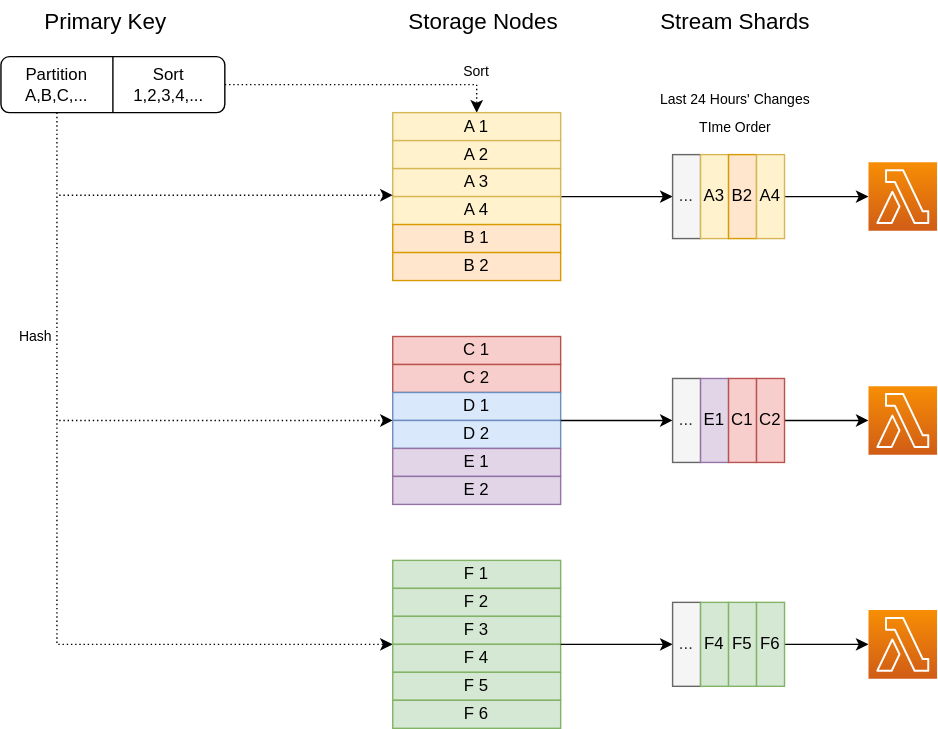
Earlier version of the draw.io export assets/images/dynamodb-store-nodes-stream-shards.svg (TheCandidStartup/TheCandidStartup.github.io). Source tidied: cells renumbered, new cells last; positions are measured from the earlier drawing's top-left corner, leaving out a move shared by most shapes. Its diagram source:
```xml
<mxGraphModel>
  <root>
    <mxCell id="0" />
    <mxCell id="1" parent="0" />
    <mxCell id="2" style="edgeStyle=orthogonalEdgeStyle;rounded=0;jettySize=auto;html=1;exitX=1;exitY=0.5;exitDx=0;exitDy=0;entryX=0.5;entryY=0;entryDx=0;entryDy=0;dashed=1;dashPattern=1 2;" parent="1" edge="1" source="4" target="8">
      <mxGeometry relative="1" as="geometry" />
    </mxCell>
    <mxCell id="3" style="edgeStyle=orthogonalEdgeStyle;rounded=0;jettySize=auto;html=1;exitX=0.25;exitY=1;exitDx=0;exitDy=0;entryX=0;entryY=0;entryDx=0;entryDy=0;dashed=1;dashPattern=1 2;" parent="1" edge="1" source="4" target="25">
      <mxGeometry relative="1" as="geometry">
        <Array as="points">
          <mxPoint x="40" y="460" />
        </Array>
      </mxGeometry>
    </mxCell>
    <mxCell id="4" style="rounded=1;whiteSpace=wrap;html=1;" parent="1" vertex="1">
      <mxGeometry y="40" width="160" height="40" as="geometry" />
    </mxCell>
    <mxCell id="5" style="endArrow=none;html=1;rounded=0;exitX=0.5;exitY=1;exitDx=0;exitDy=0;" parent="1" edge="1" source="4">
      <mxGeometry relative="1" as="geometry">
        <mxPoint x="80" y="40" as="targetPoint" />
      </mxGeometry>
    </mxCell>
    <mxCell id="6" value="Partition&lt;br&gt;A,B,C,..." style="text;html=1;align=center;verticalAlign=middle;whiteSpace=wrap;rounded=0;" parent="1" vertex="1">
      <mxGeometry x="10" y="45" width="60" height="30" as="geometry" />
    </mxCell>
    <mxCell id="7" value="Sort&lt;br&gt;1,2,3,4,..." style="text;html=1;align=center;verticalAlign=middle;whiteSpace=wrap;rounded=0;" parent="1" vertex="1">
      <mxGeometry x="90" y="45" width="60" height="30" as="geometry" />
    </mxCell>
    <mxCell id="8" value="A 1" style="rounded=0;whiteSpace=wrap;html=1;fillColor=#fff2cc;strokeColor=#d6b656;" parent="1" vertex="1">
      <mxGeometry x="280" y="80" width="120" height="20" as="geometry" />
    </mxCell>
    <mxCell id="9" value="A 2" style="rounded=0;whiteSpace=wrap;html=1;fillColor=#fff2cc;strokeColor=#d6b656;" parent="1" vertex="1">
      <mxGeometry x="280" y="100" width="120" height="20" as="geometry" />
    </mxCell>
    <mxCell id="10" style="edgeStyle=orthogonalEdgeStyle;rounded=0;jettySize=auto;html=1;exitX=1;exitY=0;exitDx=0;exitDy=0;entryX=0;entryY=0.5;entryDx=0;entryDy=0;" parent="1" edge="1" source="12" target="28">
      <mxGeometry relative="1" as="geometry">
        <Array as="points">
          <mxPoint x="420" y="140" />
          <mxPoint x="420" y="140" />
        </Array>
      </mxGeometry>
    </mxCell>
    <mxCell id="11" value="A 3" style="rounded=0;whiteSpace=wrap;html=1;fillColor=#fff2cc;strokeColor=#d6b656;" parent="1" vertex="1">
      <mxGeometry x="280" y="120" width="120" height="20" as="geometry" />
    </mxCell>
    <mxCell id="12" value="A 4" style="rounded=0;whiteSpace=wrap;html=1;fillColor=#fff2cc;strokeColor=#d6b656;" parent="1" vertex="1">
      <mxGeometry x="280" y="140" width="120" height="20" as="geometry" />
    </mxCell>
    <mxCell id="13" value="B 1" style="rounded=0;whiteSpace=wrap;html=1;fillColor=#ffe6cc;strokeColor=#d79b00;" parent="1" vertex="1">
      <mxGeometry x="280" y="160" width="120" height="20" as="geometry" />
    </mxCell>
    <mxCell id="14" value="B 2" style="rounded=0;whiteSpace=wrap;html=1;fillColor=#ffe6cc;strokeColor=#d79b00;" parent="1" vertex="1">
      <mxGeometry x="280" y="180" width="120" height="20" as="geometry" />
    </mxCell>
    <mxCell id="15" value="C 1" style="rounded=0;whiteSpace=wrap;html=1;fillColor=#f8cecc;strokeColor=#b85450;" parent="1" vertex="1">
      <mxGeometry x="280" y="240" width="120" height="20" as="geometry" />
    </mxCell>
    <mxCell id="16" value="C 2" style="rounded=0;whiteSpace=wrap;html=1;fillColor=#f8cecc;strokeColor=#b85450;" parent="1" vertex="1">
      <mxGeometry x="280" y="260" width="120" height="20" as="geometry" />
    </mxCell>
    <mxCell id="17" value="D 1" style="rounded=0;whiteSpace=wrap;html=1;fillColor=#dae8fc;strokeColor=#6c8ebf;" parent="1" vertex="1">
      <mxGeometry x="280" y="280" width="120" height="20" as="geometry" />
    </mxCell>
    <mxCell id="18" style="rounded=0;jettySize=auto;html=1;exitX=0;exitY=0;exitDx=0;exitDy=0;strokeColor=default;startArrow=classic;startFill=1;endArrow=none;endFill=0;dashed=1;dashPattern=1 2;" parent="1" edge="1" source="19">
      <mxGeometry relative="1" as="geometry">
        <mxPoint x="40" y="300" as="targetPoint" />
      </mxGeometry>
    </mxCell>
    <mxCell id="19" value="D 2" style="rounded=0;whiteSpace=wrap;html=1;fillColor=#dae8fc;strokeColor=#6c8ebf;" parent="1" vertex="1">
      <mxGeometry x="280" y="300" width="120" height="20" as="geometry" />
    </mxCell>
    <mxCell id="20" value="E 1" style="rounded=0;whiteSpace=wrap;html=1;fillColor=#e1d5e7;strokeColor=#9673a6;" parent="1" vertex="1">
      <mxGeometry x="280" y="320" width="120" height="20" as="geometry" />
    </mxCell>
    <mxCell id="21" value="E 2" style="rounded=0;whiteSpace=wrap;html=1;fillColor=#e1d5e7;strokeColor=#9673a6;" parent="1" vertex="1">
      <mxGeometry x="280" y="340" width="120" height="20" as="geometry" />
    </mxCell>
    <mxCell id="22" value="F 1" style="rounded=0;whiteSpace=wrap;html=1;fillColor=#d5e8d4;strokeColor=#82b366;" parent="1" vertex="1">
      <mxGeometry x="280" y="400" width="120" height="20" as="geometry" />
    </mxCell>
    <mxCell id="23" value="F 2" style="rounded=0;whiteSpace=wrap;html=1;fillColor=#d5e8d4;strokeColor=#82b366;" parent="1" vertex="1">
      <mxGeometry x="280" y="420" width="120" height="20" as="geometry" />
    </mxCell>
    <mxCell id="24" value="F 3" style="rounded=0;whiteSpace=wrap;html=1;fillColor=#d5e8d4;strokeColor=#82b366;" parent="1" vertex="1">
      <mxGeometry x="280" y="440" width="120" height="20" as="geometry" />
    </mxCell>
    <mxCell id="25" value="F 4" style="rounded=0;whiteSpace=wrap;html=1;fillColor=#d5e8d4;strokeColor=#82b366;" parent="1" vertex="1">
      <mxGeometry x="280" y="460" width="120" height="20" as="geometry" />
    </mxCell>
    <mxCell id="26" value="F 5" style="rounded=0;whiteSpace=wrap;html=1;fillColor=#d5e8d4;strokeColor=#82b366;" parent="1" vertex="1">
      <mxGeometry x="280" y="480" width="120" height="20" as="geometry" />
    </mxCell>
    <mxCell id="27" value="F 6" style="rounded=0;whiteSpace=wrap;html=1;fillColor=#d5e8d4;strokeColor=#82b366;" parent="1" vertex="1">
      <mxGeometry x="280" y="500" width="120" height="20" as="geometry" />
    </mxCell>
    <mxCell id="28" value="..." style="rounded=0;whiteSpace=wrap;html=1;fillColor=#f5f5f5;fontColor=#333333;strokeColor=#666666;" parent="1" vertex="1">
      <mxGeometry x="480" y="110" width="20" height="60" as="geometry" />
    </mxCell>
    <mxCell id="29" value="A3" style="rounded=0;whiteSpace=wrap;html=1;fillColor=#fff2cc;strokeColor=#d6b656;" parent="1" vertex="1">
      <mxGeometry x="500" y="110" width="20" height="60" as="geometry" />
    </mxCell>
    <mxCell id="30" value="B2" style="rounded=0;whiteSpace=wrap;html=1;fillColor=#ffe6cc;strokeColor=#d79b00;" parent="1" vertex="1">
      <mxGeometry x="520" y="110" width="20" height="60" as="geometry" />
    </mxCell>
    <mxCell id="31" style="edgeStyle=orthogonalEdgeStyle;rounded=0;jettySize=auto;html=1;exitX=1;exitY=0.5;exitDx=0;exitDy=0;entryX=0;entryY=0.5;entryDx=0;entryDy=0;entryPerimeter=0;" parent="1" edge="1" source="32" target="33">
      <mxGeometry relative="1" as="geometry" />
    </mxCell>
    <mxCell id="32" value="A4" style="rounded=0;whiteSpace=wrap;html=1;fillColor=#fff2cc;strokeColor=#d6b656;" parent="1" vertex="1">
      <mxGeometry x="540" y="110" width="20" height="60" as="geometry" />
    </mxCell>
    <mxCell id="33" style="sketch=0;points=[[0,0,0],[0.25,0,0],[0.5,0,0],[0.75,0,0],[1,0,0],[0,1,0],[0.25,1,0],[0.5,1,0],[0.75,1,0],[1,1,0],[0,0.25,0],[0,0.5,0],[0,0.75,0],[1,0.25,0],[1,0.5,0],[1,0.75,0]];outlineConnect=0;fontColor=#232F3E;gradientColor=#F78E04;gradientDirection=north;fillColor=#D05C17;strokeColor=#ffffff;dashed=0;verticalLabelPosition=bottom;verticalAlign=top;align=center;html=1;fontSize=12;fontStyle=0;shape=mxgraph.aws4.resourceIcon;resIcon=mxgraph.aws4.lambda;" parent="1" vertex="1">
      <mxGeometry x="620" y="115.5" width="49" height="49" as="geometry" />
    </mxCell>
    <mxCell id="34" style="edgeStyle=orthogonalEdgeStyle;rounded=0;jettySize=auto;html=1;exitX=1;exitY=0;exitDx=0;exitDy=0;entryX=0;entryY=0.5;entryDx=0;entryDy=0;" parent="1" edge="1" target="35">
      <mxGeometry relative="1" as="geometry">
        <mxPoint x="400" y="300" as="sourcePoint" />
        <Array as="points">
          <mxPoint x="420" y="300" />
          <mxPoint x="420" y="300" />
        </Array>
      </mxGeometry>
    </mxCell>
    <mxCell id="35" value="..." style="rounded=0;whiteSpace=wrap;html=1;fillColor=#f5f5f5;fontColor=#333333;strokeColor=#666666;" parent="1" vertex="1">
      <mxGeometry x="480" y="270" width="20" height="60" as="geometry" />
    </mxCell>
    <mxCell id="36" value="E1" style="rounded=0;whiteSpace=wrap;html=1;fillColor=#e1d5e7;strokeColor=#9673a6;" parent="1" vertex="1">
      <mxGeometry x="500" y="270" width="20" height="60" as="geometry" />
    </mxCell>
    <mxCell id="37" value="C1" style="rounded=0;whiteSpace=wrap;html=1;fillColor=#f8cecc;strokeColor=#b85450;" parent="1" vertex="1">
      <mxGeometry x="520" y="270" width="20" height="60" as="geometry" />
    </mxCell>
    <mxCell id="38" style="edgeStyle=orthogonalEdgeStyle;rounded=0;jettySize=auto;html=1;exitX=1;exitY=0.5;exitDx=0;exitDy=0;entryX=0;entryY=0.5;entryDx=0;entryDy=0;entryPerimeter=0;" parent="1" edge="1" source="39" target="40">
      <mxGeometry relative="1" as="geometry" />
    </mxCell>
    <mxCell id="39" value="C2" style="rounded=0;whiteSpace=wrap;html=1;fillColor=#f8cecc;strokeColor=#b85450;" parent="1" vertex="1">
      <mxGeometry x="540" y="270" width="20" height="60" as="geometry" />
    </mxCell>
    <mxCell id="40" style="sketch=0;points=[[0,0,0],[0.25,0,0],[0.5,0,0],[0.75,0,0],[1,0,0],[0,1,0],[0.25,1,0],[0.5,1,0],[0.75,1,0],[1,1,0],[0,0.25,0],[0,0.5,0],[0,0.75,0],[1,0.25,0],[1,0.5,0],[1,0.75,0]];outlineConnect=0;fontColor=#232F3E;gradientColor=#F78E04;gradientDirection=north;fillColor=#D05C17;strokeColor=#ffffff;dashed=0;verticalLabelPosition=bottom;verticalAlign=top;align=center;html=1;fontSize=12;fontStyle=0;shape=mxgraph.aws4.resourceIcon;resIcon=mxgraph.aws4.lambda;" parent="1" vertex="1">
      <mxGeometry x="620" y="275.5" width="49" height="49" as="geometry" />
    </mxCell>
    <mxCell id="41" style="edgeStyle=orthogonalEdgeStyle;rounded=0;jettySize=auto;html=1;exitX=1;exitY=0;exitDx=0;exitDy=0;entryX=0;entryY=0.5;entryDx=0;entryDy=0;" parent="1" edge="1" target="42">
      <mxGeometry relative="1" as="geometry">
        <mxPoint x="400" y="460" as="sourcePoint" />
        <Array as="points">
          <mxPoint x="420" y="460" />
          <mxPoint x="420" y="460" />
        </Array>
      </mxGeometry>
    </mxCell>
    <mxCell id="42" value="..." style="rounded=0;whiteSpace=wrap;html=1;fillColor=#f5f5f5;fontColor=#333333;strokeColor=#666666;" parent="1" vertex="1">
      <mxGeometry x="480" y="430" width="20" height="60" as="geometry" />
    </mxCell>
    <mxCell id="43" value="F4" style="rounded=0;whiteSpace=wrap;html=1;fillColor=#d5e8d4;strokeColor=#82b366;" parent="1" vertex="1">
      <mxGeometry x="500" y="430" width="20" height="60" as="geometry" />
    </mxCell>
    <mxCell id="44" value="F5" style="rounded=0;whiteSpace=wrap;html=1;fillColor=#d5e8d4;strokeColor=#82b366;" parent="1" vertex="1">
      <mxGeometry x="520" y="430" width="20" height="60" as="geometry" />
    </mxCell>
    <mxCell id="45" style="edgeStyle=orthogonalEdgeStyle;rounded=0;jettySize=auto;html=1;exitX=1;exitY=0.5;exitDx=0;exitDy=0;entryX=0;entryY=0.5;entryDx=0;entryDy=0;entryPerimeter=0;" parent="1" edge="1" source="46" target="47">
      <mxGeometry relative="1" as="geometry" />
    </mxCell>
    <mxCell id="46" value="F6" style="rounded=0;whiteSpace=wrap;html=1;fillColor=#d5e8d4;strokeColor=#82b366;" parent="1" vertex="1">
      <mxGeometry x="540" y="430" width="20" height="60" as="geometry" />
    </mxCell>
    <mxCell id="47" style="sketch=0;points=[[0,0,0],[0.25,0,0],[0.5,0,0],[0.75,0,0],[1,0,0],[0,1,0],[0.25,1,0],[0.5,1,0],[0.75,1,0],[1,1,0],[0,0.25,0],[0,0.5,0],[0,0.75,0],[1,0.25,0],[1,0.5,0],[1,0.75,0]];outlineConnect=0;fontColor=#232F3E;gradientColor=#F78E04;gradientDirection=north;fillColor=#D05C17;strokeColor=#ffffff;dashed=0;verticalLabelPosition=bottom;verticalAlign=top;align=center;html=1;fontSize=12;fontStyle=0;shape=mxgraph.aws4.resourceIcon;resIcon=mxgraph.aws4.lambda;" parent="1" vertex="1">
      <mxGeometry x="620" y="435.5" width="49" height="49" as="geometry" />
    </mxCell>
    <mxCell id="48" style="rounded=0;orthogonalLoop=1;jettySize=auto;html=1;exitX=0;exitY=0;exitDx=0;exitDy=0;strokeColor=default;startArrow=classic;startFill=1;endArrow=none;endFill=0;dashed=1;dashPattern=1 2;" parent="1" edge="1">
      <mxGeometry relative="1" as="geometry">
        <mxPoint x="280" y="139" as="sourcePoint" />
        <mxPoint x="40" y="139" as="targetPoint" />
      </mxGeometry>
    </mxCell>
    <mxCell id="49" value="Primary Key" style="text;html=1;strokeColor=none;fillColor=none;align=center;verticalAlign=middle;whiteSpace=wrap;rounded=0;fontSize=16;" parent="1" vertex="1">
      <mxGeometry x="30" width="90" height="30" as="geometry" />
    </mxCell>
    <mxCell id="50" value="Storage Nodes" style="text;html=1;strokeColor=none;fillColor=none;align=center;verticalAlign=middle;whiteSpace=wrap;rounded=0;fontSize=16;" parent="1" vertex="1">
      <mxGeometry x="290" width="110" height="30" as="geometry" />
    </mxCell>
    <mxCell id="51" value="Stream Shards" style="text;html=1;strokeColor=none;fillColor=none;align=center;verticalAlign=middle;whiteSpace=wrap;rounded=0;fontSize=16;" parent="1" vertex="1">
      <mxGeometry x="470" width="110" height="30" as="geometry" />
    </mxCell>
    <mxCell id="52" value="&lt;font style=&quot;font-size: 10px;&quot;&gt;Hash&lt;/font&gt;" style="text;html=1;strokeColor=none;fillColor=none;align=center;verticalAlign=middle;whiteSpace=wrap;rounded=0;" parent="1" vertex="1">
      <mxGeometry x="10" y="230" width="30" height="20" as="geometry" />
    </mxCell>
    <mxCell id="53" value="&lt;font style=&quot;font-size: 10px;&quot;&gt;Sort&lt;/font&gt;" style="text;html=1;strokeColor=none;fillColor=none;align=center;verticalAlign=middle;whiteSpace=wrap;rounded=0;" parent="1" vertex="1">
      <mxGeometry x="325" y="40" width="30" height="20" as="geometry" />
    </mxCell>
    <mxCell id="54" value="&lt;font style=&quot;font-size: 10px;&quot;&gt;Last 24 Hours' Changes&lt;/font&gt;" style="text;html=1;strokeColor=none;fillColor=none;align=center;verticalAlign=middle;whiteSpace=wrap;rounded=0;" parent="1" vertex="1">
      <mxGeometry x="470" y="60" width="110" height="20" as="geometry" />
    </mxCell>
    <mxCell id="55" value="&lt;font style=&quot;font-size: 10px;&quot;&gt;TIme Order&lt;/font&gt;" style="text;html=1;strokeColor=none;fillColor=none;align=center;verticalAlign=middle;whiteSpace=wrap;rounded=0;" parent="1" vertex="1">
      <mxGeometry x="495" y="80" width="60" height="20" as="geometry" />
    </mxCell>
  </root>
</mxGraphModel>
```
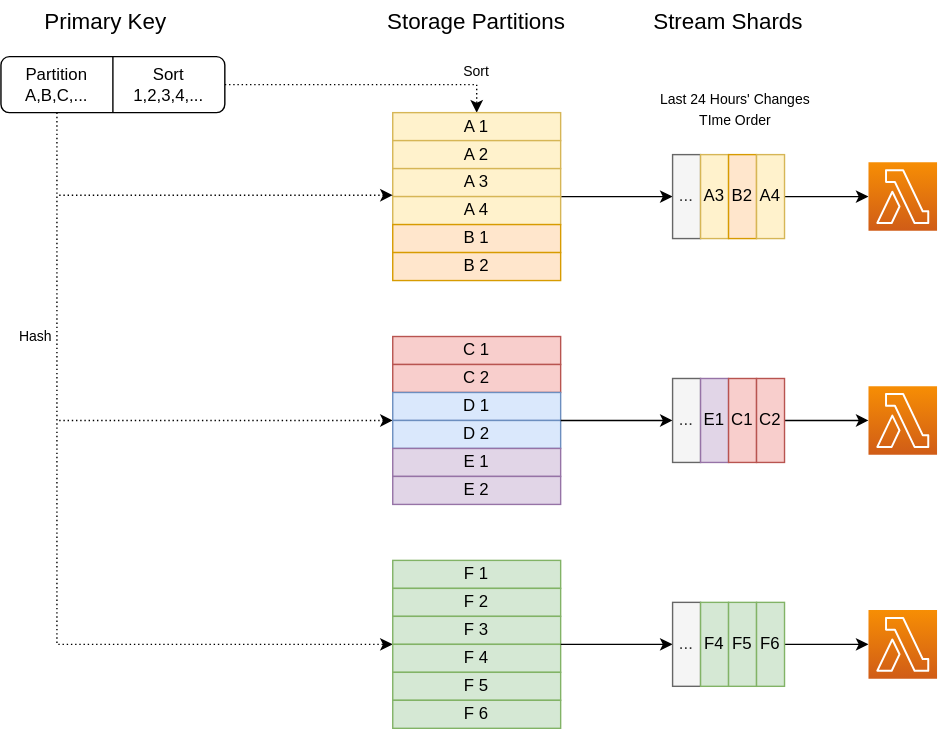
Above is the later version.

Change to the diagram source:
```diff
@@ -174,11 +174,11 @@
     <mxCell id="49" value="Primary Key" style="text;html=1;strokeColor=none;fillColor=none;align=center;verticalAlign=middle;whiteSpace=wrap;rounded=0;fontSize=16;" parent="1" vertex="1">
       <mxGeometry x="30" width="90" height="30" as="geometry" />
     </mxCell>
-    <mxCell id="50" value="Storage Nodes" style="text;html=1;strokeColor=none;fillColor=none;align=center;verticalAlign=middle;whiteSpace=wrap;rounded=0;fontSize=16;" parent="1" vertex="1">
-      <mxGeometry x="290" width="110" height="30" as="geometry" />
+    <mxCell id="50" value="Storage Partitions" style="text;html=1;strokeColor=none;fillColor=none;align=center;verticalAlign=middle;whiteSpace=wrap;rounded=0;fontSize=16;" parent="1" vertex="1">
+      <mxGeometry x="270" width="140" height="30" as="geometry" />
     </mxCell>
     <mxCell id="51" value="Stream Shards" style="text;html=1;strokeColor=none;fillColor=none;align=center;verticalAlign=middle;whiteSpace=wrap;rounded=0;fontSize=16;" parent="1" vertex="1">
-      <mxGeometry x="470" width="110" height="30" as="geometry" />
+      <mxGeometry x="460" width="120" height="30" as="geometry" />
     </mxCell>
     <mxCell id="52" value="&lt;font style=&quot;font-size: 10px;&quot;&gt;Hash&lt;/font&gt;" style="text;html=1;strokeColor=none;fillColor=none;align=center;verticalAlign=middle;whiteSpace=wrap;rounded=0;" parent="1" vertex="1">
       <mxGeometry x="10" y="230" width="30" height="20" as="geometry" />
@@ -190,7 +190,7 @@
       <mxGeometry x="470" y="60" width="110" height="20" as="geometry" />
     </mxCell>
     <mxCell id="55" value="&lt;font style=&quot;font-size: 10px;&quot;&gt;TIme Order&lt;/font&gt;" style="text;html=1;strokeColor=none;fillColor=none;align=center;verticalAlign=middle;whiteSpace=wrap;rounded=0;" parent="1" vertex="1">
-      <mxGeometry x="495" y="80" width="60" height="20" as="geometry" />
+      <mxGeometry x="495" y="75" width="60" height="20" as="geometry" />
     </mxCell>
   </root>
 </mxGraphModel>
```
